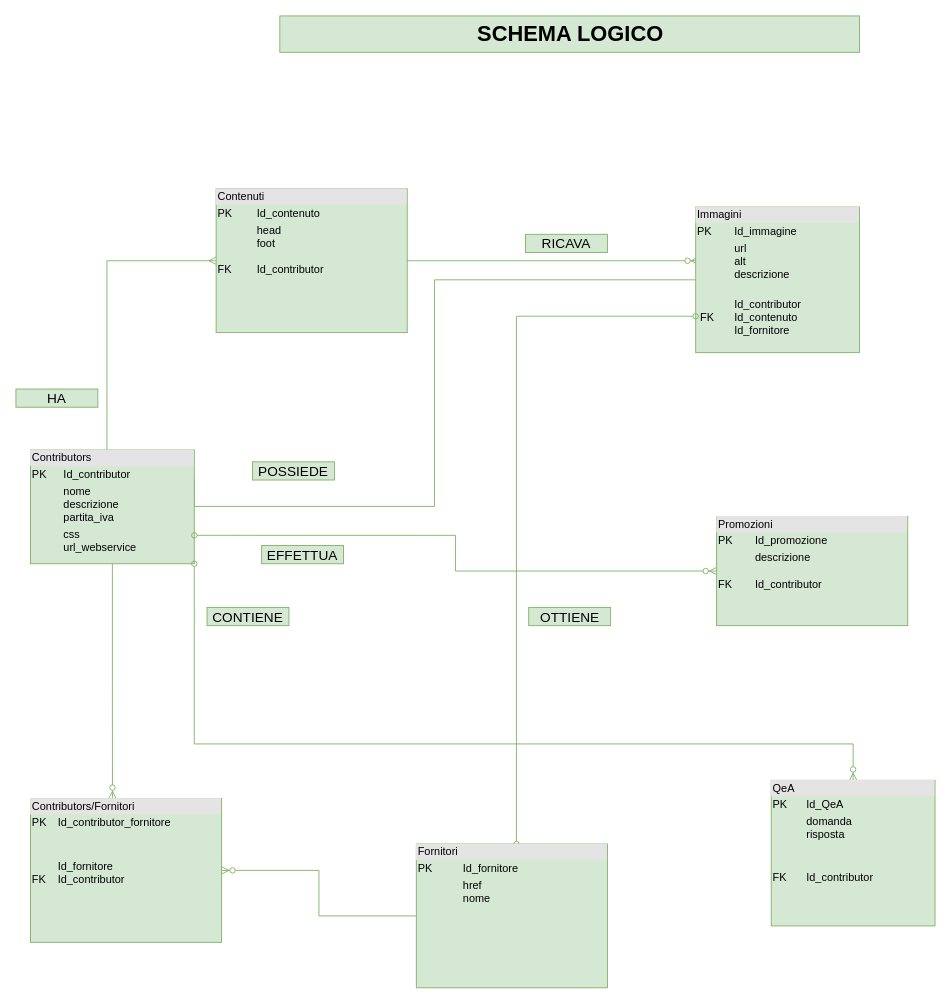
giadaventurini-pixel/giadaventurini-5binf keeps this draw.io diagram as SCHEMA LOGICO NAMASTE.drawio. Above is the earlier version. Source tidied: cells renumbered, new cells numbered last; positions are measured from the earlier drawing's top-left corner, leaving out a move shared by most shapes. Both pictures are drawn from the tidied source at 91%, with x=0, y=0 at pixel (15, 15).
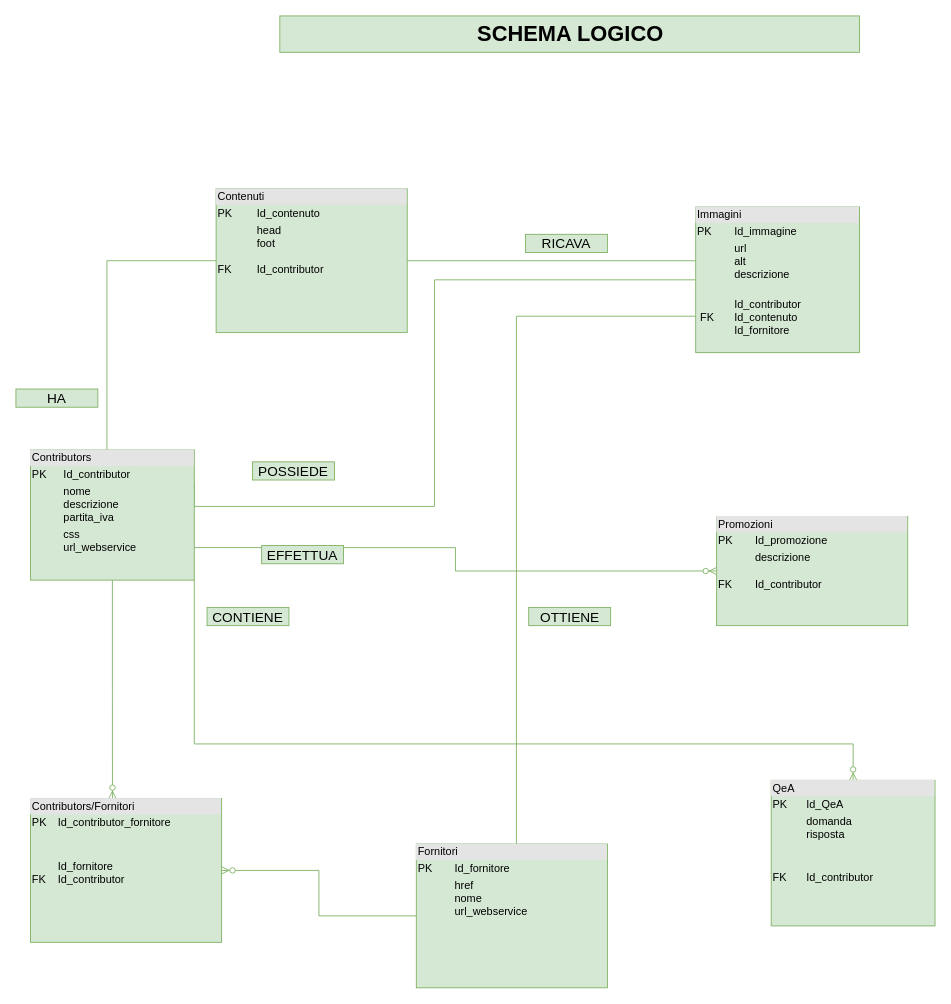
Above is the later version.

Unchanged cells that the change refers to:
```xml
<mxCell id="3" value="&lt;div style=&quot;box-sizing: border-box ; width: 100% ; background: #e4e4e4 ; padding: 2px&quot;&gt;Contenuti&lt;/div&gt;&lt;table style=&quot;width: 100% ; font-size: 1em&quot; cellpadding=&quot;2&quot; cellspacing=&quot;0&quot;&gt;&lt;tbody&gt;&lt;tr&gt;&lt;td&gt;PK&lt;/td&gt;&lt;td&gt;Id_contenuto&lt;br&gt;&lt;/td&gt;&lt;/tr&gt;&lt;tr&gt;&lt;td&gt;&lt;br&gt;&lt;br&gt;&lt;br&gt;FK&lt;br&gt;&lt;br&gt;&lt;br&gt;&lt;br&gt;&lt;br&gt;&lt;br&gt;&lt;br&gt;&lt;br&gt;&lt;br&gt;&lt;/td&gt;&lt;td&gt;head&lt;br&gt;foot&lt;br&gt;&lt;br&gt;Id_contributor&lt;br&gt;&lt;br&gt;&lt;br&gt;&lt;br&gt;&lt;br&gt;&lt;br&gt;&lt;br&gt;&lt;br&gt;&lt;br&gt;&lt;/td&gt;&lt;/tr&gt;&lt;tr&gt;&lt;td&gt;&amp;nbsp;&lt;/td&gt;&lt;td&gt;&lt;br&gt;&lt;/td&gt;&lt;/tr&gt;&lt;/tbody&gt;&lt;/table&gt;" style="verticalAlign=top;align=left;overflow=fill;html=1;fillColor=#d5e8d4;strokeColor=#82b366;" parent="1" vertex="1">
  <mxGeometry x="220" y="190" width="210" height="158" as="geometry" />
</mxCell>
<mxCell id="9" value="&lt;div style=&quot;box-sizing: border-box ; width: 100% ; background: #e4e4e4 ; padding: 2px&quot;&gt;QeA&lt;/div&gt;&lt;table style=&quot;width: 100% ; font-size: 1em&quot; cellpadding=&quot;2&quot; cellspacing=&quot;0&quot;&gt;&lt;tbody&gt;&lt;tr&gt;&lt;td&gt;PK&lt;/td&gt;&lt;td&gt;Id_QeA&lt;br&gt;&lt;/td&gt;&lt;/tr&gt;&lt;tr&gt;&lt;td&gt;&lt;br&gt;&lt;/td&gt;&lt;td&gt;domanda&lt;br&gt;risposta&lt;br&gt;&lt;br&gt;&lt;/td&gt;&lt;/tr&gt;&lt;tr&gt;&lt;td&gt;&amp;nbsp;&lt;br&gt;FK&lt;/td&gt;&lt;td&gt;&lt;br&gt;Id_contributor&lt;br&gt;&lt;/td&gt;&lt;/tr&gt;&lt;/tbody&gt;&lt;/table&gt;" style="verticalAlign=top;align=left;overflow=fill;html=1;fillColor=#d5e8d4;strokeColor=#82b366;" parent="1" vertex="1">
  <mxGeometry x="830" y="840" width="180" height="160" as="geometry" />
</mxCell>
<mxCell id="10" value="&lt;div style=&quot;box-sizing: border-box ; width: 100% ; background: #e4e4e4 ; padding: 2px&quot;&gt;Immagini&lt;/div&gt;&lt;table style=&quot;width: 100% ; font-size: 1em&quot; cellpadding=&quot;2&quot; cellspacing=&quot;0&quot;&gt;&lt;tbody&gt;&lt;tr&gt;&lt;td&gt;PK&lt;/td&gt;&lt;td&gt;Id_immagine&lt;br&gt;&lt;/td&gt;&lt;/tr&gt;&lt;tr&gt;&lt;td&gt;&lt;br&gt;&lt;br&gt;&lt;/td&gt;&lt;td&gt;url&lt;br&gt;alt&lt;br&gt;descrizione&lt;br&gt;&lt;br&gt;&lt;/td&gt;&lt;/tr&gt;&lt;tr&gt;&lt;td&gt;&amp;nbsp;FK&lt;/td&gt;&lt;td&gt;Id_contributor&lt;br&gt;Id_contenuto&lt;br&gt;Id_fornitore&lt;/td&gt;&lt;/tr&gt;&lt;/tbody&gt;&lt;/table&gt;" style="verticalAlign=top;align=left;overflow=fill;html=1;fillColor=#d5e8d4;strokeColor=#82b366;" parent="1" vertex="1">
  <mxGeometry x="747" y="210" width="180" height="160" as="geometry" />
</mxCell>
<mxCell id="13" value="&lt;div style=&quot;box-sizing: border-box ; width: 100% ; background: #e4e4e4 ; padding: 2px&quot;&gt;Promozioni&lt;/div&gt;&lt;table style=&quot;width: 100% ; font-size: 1em&quot; cellpadding=&quot;2&quot; cellspacing=&quot;0&quot;&gt;&lt;tbody&gt;&lt;tr&gt;&lt;td&gt;PK&lt;/td&gt;&lt;td&gt;Id_promozione&lt;br&gt;&lt;/td&gt;&lt;/tr&gt;&lt;tr&gt;&lt;td&gt;&lt;br&gt;&lt;br&gt;FK&lt;br&gt;&lt;br&gt;&lt;br&gt;&lt;br&gt;&lt;br&gt;&lt;br&gt;&lt;br&gt;&lt;br&gt;&lt;br&gt;&lt;/td&gt;&lt;td&gt;descrizione&lt;br&gt;&lt;br&gt;Id_contributor&lt;br&gt;&lt;br&gt;&lt;br&gt;&lt;br&gt;&lt;br&gt;&lt;br&gt;&lt;br&gt;&lt;br&gt;&lt;br&gt;&lt;/td&gt;&lt;/tr&gt;&lt;tr&gt;&lt;td&gt;&amp;nbsp;&lt;/td&gt;&lt;td&gt;&lt;br&gt;&lt;/td&gt;&lt;/tr&gt;&lt;/tbody&gt;&lt;/table&gt;" style="verticalAlign=top;align=left;overflow=fill;html=1;fillColor=#d5e8d4;strokeColor=#82b366;" parent="1" vertex="1">
  <mxGeometry x="770" y="550" width="210" height="120" as="geometry" />
</mxCell>
```

The edit, as a diff of the source:
```diff
@@
-    <mxCell id="2" style="edgeStyle=orthogonalEdgeStyle;rounded=0;jettySize=auto;html=1;entryX=0.017;entryY=0.369;entryDx=0;entryDy=0;entryPerimeter=0;startArrow=none;startFill=0;endArrow=ERzeroToMany;endFill=1;fillColor=#d5e8d4;strokeColor=#82b366;" parent="1" edge="1" source="3" target="10">
+    <mxCell id="2" style="edgeStyle=orthogonalEdgeStyle;rounded=0;jettySize=auto;html=1;entryX=0.017;entryY=0.369;entryDx=0;entryDy=0;entryPerimeter=0;startArrow=none;startFill=0;endArrow=none;endFill=0;fillColor=#d5e8d4;strokeColor=#82b366;" parent="1" edge="1" source="3" target="10">
       <mxGeometry relative="1" as="geometry" />
     </mxCell>
@@
-    <mxCell id="4" style="edgeStyle=orthogonalEdgeStyle;rounded=0;jettySize=auto;html=1;entryX=0;entryY=0.5;entryDx=0;entryDy=0;endArrow=ERmany;endFill=0;fillColor=#d5e8d4;strokeColor=#82b366;" parent="1" edge="1" source="7" target="3">
+    <mxCell id="4" style="edgeStyle=orthogonalEdgeStyle;rounded=0;jettySize=auto;html=1;entryX=0;entryY=0.5;entryDx=0;entryDy=0;endArrow=none;endFill=0;fillColor=#d5e8d4;strokeColor=#82b366;" parent="1" edge="1" source="7" target="3">
       <mxGeometry relative="1" as="geometry">
         <Array as="points">
           <mxPoint x="100" y="269" />
         </Array>
       </mxGeometry>
     </mxCell>
@@
-    <mxCell id="7" value="&lt;div style=&quot;box-sizing: border-box ; width: 100% ; background: #e4e4e4 ; padding: 2px&quot;&gt;Contributors&lt;/div&gt;&lt;table style=&quot;width: 100% ; font-size: 1em&quot; cellpadding=&quot;2&quot; cellspacing=&quot;0&quot;&gt;&lt;tbody&gt;&lt;tr&gt;&lt;td&gt;PK&lt;/td&gt;&lt;td&gt;Id_contributor&lt;br&gt;&lt;/td&gt;&lt;/tr&gt;&lt;tr&gt;&lt;td&gt;&lt;br&gt;&lt;br&gt;&lt;br&gt;&lt;/td&gt;&lt;td&gt;nome&lt;br&gt;descrizione&lt;br&gt;partita_iva&lt;/td&gt;&lt;/tr&gt;&lt;tr&gt;&lt;td&gt;&amp;nbsp;&lt;/td&gt;&lt;td&gt;css&lt;br&gt;url_webservice&lt;br&gt;&lt;br&gt;&lt;br&gt;&lt;br&gt;&lt;br&gt;&lt;br&gt;&lt;/td&gt;&lt;/tr&gt;&lt;/tbody&gt;&lt;/table&gt;" style="verticalAlign=top;align=left;overflow=fill;html=1;fillColor=#d5e8d4;strokeColor=#82b366;" parent="1" vertex="1">
-      <mxGeometry x="16" y="477" width="180" height="125" as="geometry" />
+    <mxCell id="7" value="&lt;div style=&quot;box-sizing: border-box ; width: 100% ; background: #e4e4e4 ; padding: 2px&quot;&gt;Contributors&lt;/div&gt;&lt;table style=&quot;width: 100% ; font-size: 1em&quot; cellpadding=&quot;2&quot; cellspacing=&quot;0&quot;&gt;&lt;tbody&gt;&lt;tr&gt;&lt;td&gt;PK&lt;/td&gt;&lt;td&gt;Id_contributor&lt;br&gt;&lt;/td&gt;&lt;/tr&gt;&lt;tr&gt;&lt;td&gt;&lt;br&gt;&lt;br&gt;&lt;br&gt;&lt;/td&gt;&lt;td&gt;nome&lt;br&gt;descrizione&lt;br&gt;partita_iva&lt;/td&gt;&lt;/tr&gt;&lt;tr&gt;&lt;td&gt;&amp;nbsp;&lt;/td&gt;&lt;td&gt;css&lt;br&gt;url_webservice&lt;br&gt;&lt;br&gt;&lt;br&gt;&lt;br&gt;&lt;br&gt;&lt;br&gt;&lt;br&gt;&lt;/td&gt;&lt;/tr&gt;&lt;/tbody&gt;&lt;/table&gt;" style="verticalAlign=top;align=left;overflow=fill;html=1;fillColor=#d5e8d4;strokeColor=#82b366;" parent="1" vertex="1">
+      <mxGeometry x="16" y="477" width="180" height="143" as="geometry" />
     </mxCell>
-    <mxCell id="8" style="edgeStyle=orthogonalEdgeStyle;rounded=0;jettySize=auto;html=1;entryX=1;entryY=1;entryDx=0;entryDy=0;startArrow=ERzeroToMany;startFill=1;endArrow=oval;endFill=0;fillColor=#d5e8d4;strokeColor=#82b366;" parent="1" edge="1" source="9" target="7">
+    <mxCell id="8" style="edgeStyle=orthogonalEdgeStyle;rounded=0;jettySize=auto;html=1;entryX=1;entryY=1;entryDx=0;entryDy=0;startArrow=ERzeroToMany;startFill=1;endArrow=none;endFill=0;fillColor=#d5e8d4;strokeColor=#82b366;" parent="1" edge="1" source="9" target="7">
       <mxGeometry relative="1" as="geometry">
         <Array as="points">
           <mxPoint x="920" y="800" />
           <mxPoint x="196" y="800" />
         </Array>
       </mxGeometry>
     </mxCell>
@@
-    <mxCell id="12" style="edgeStyle=orthogonalEdgeStyle;rounded=0;jettySize=auto;html=1;entryX=1;entryY=0.75;entryDx=0;entryDy=0;endArrow=oval;endFill=0;startArrow=ERzeroToMany;startFill=1;fillColor=#d5e8d4;strokeColor=#82b366;" parent="1" edge="1" source="13" target="7">
+    <mxCell id="12" style="edgeStyle=orthogonalEdgeStyle;rounded=0;jettySize=auto;html=1;entryX=1;entryY=0.75;entryDx=0;entryDy=0;endArrow=none;endFill=0;startArrow=ERzeroToMany;startFill=1;fillColor=#d5e8d4;strokeColor=#82b366;" parent="1" edge="1" source="13" target="7">
       <mxGeometry relative="1" as="geometry" />
     </mxCell>
@@
-    <mxCell id="15" style="edgeStyle=orthogonalEdgeStyle;rounded=0;jettySize=auto;html=1;endArrow=oval;endFill=0;fillColor=#d5e8d4;strokeColor=#82b366;startArrow=oval;startFill=0;" parent="1" edge="1" source="16" target="10">
+    <mxCell id="15" style="edgeStyle=orthogonalEdgeStyle;rounded=0;jettySize=auto;html=1;endArrow=none;endFill=0;fillColor=#d5e8d4;strokeColor=#82b366;startArrow=none;startFill=0;" parent="1" edge="1" source="16" target="10">
       <mxGeometry relative="1" as="geometry">
         <Array as="points">
           <mxPoint x="550" y="330" />
         </Array>
       </mxGeometry>
     </mxCell>
-    <mxCell id="16" value="&lt;div style=&quot;box-sizing: border-box ; width: 100% ; background: #e4e4e4 ; padding: 2px&quot;&gt;Fornitori&lt;/div&gt;&lt;table style=&quot;width: 100% ; font-size: 1em&quot; cellpadding=&quot;2&quot; cellspacing=&quot;0&quot;&gt;&lt;tbody&gt;&lt;tr&gt;&lt;td&gt;PK&lt;/td&gt;&lt;td&gt;Id_fornitore&lt;br&gt;&lt;/td&gt;&lt;/tr&gt;&lt;tr&gt;&lt;td&gt;&lt;br&gt;&lt;br&gt;&lt;br&gt;&lt;br&gt;&lt;br&gt;&lt;br&gt;&lt;br&gt;&lt;br&gt;&lt;br&gt;&lt;br&gt;&lt;br&gt;&lt;br&gt;&lt;/td&gt;&lt;td&gt;href&lt;br&gt;nome&lt;br&gt;&lt;br&gt;&lt;br&gt;&lt;br&gt;&lt;br&gt;&lt;br&gt;&lt;br&gt;&lt;br&gt;&lt;br&gt;&lt;br&gt;&lt;br&gt;&lt;/td&gt;&lt;/tr&gt;&lt;tr&gt;&lt;td&gt;&amp;nbsp;&lt;/td&gt;&lt;td&gt;&lt;br&gt;&lt;/td&gt;&lt;/tr&gt;&lt;/tbody&gt;&lt;/table&gt;" style="verticalAlign=top;align=left;overflow=fill;html=1;fillColor=#d5e8d4;strokeColor=#82b366;" parent="1" vertex="1">
+    <mxCell id="16" value="&lt;div style=&quot;box-sizing: border-box ; width: 100% ; background: #e4e4e4 ; padding: 2px&quot;&gt;Fornitori&lt;/div&gt;&lt;table style=&quot;width: 100% ; font-size: 1em&quot; cellpadding=&quot;2&quot; cellspacing=&quot;0&quot;&gt;&lt;tbody&gt;&lt;tr&gt;&lt;td&gt;PK&lt;/td&gt;&lt;td&gt;Id_fornitore&lt;br&gt;&lt;/td&gt;&lt;/tr&gt;&lt;tr&gt;&lt;td&gt;&lt;br&gt;&lt;br&gt;&lt;br&gt;&lt;br&gt;&lt;br&gt;&lt;br&gt;&lt;br&gt;&lt;br&gt;&lt;br&gt;&lt;br&gt;&lt;br&gt;&lt;br&gt;&lt;/td&gt;&lt;td&gt;href&lt;br&gt;nome&lt;br&gt;url_webservice&lt;br&gt;&lt;br&gt;&lt;br&gt;&lt;br&gt;&lt;br&gt;&lt;br&gt;&lt;br&gt;&lt;br&gt;&lt;br&gt;&lt;br&gt;&lt;/td&gt;&lt;/tr&gt;&lt;tr&gt;&lt;td&gt;&amp;nbsp;&lt;/td&gt;&lt;td&gt;&lt;br&gt;&lt;/td&gt;&lt;/tr&gt;&lt;/tbody&gt;&lt;/table&gt;" style="verticalAlign=top;align=left;overflow=fill;html=1;fillColor=#d5e8d4;strokeColor=#82b366;" parent="1" vertex="1">
       <mxGeometry x="440" y="910" width="210" height="158" as="geometry" />
     </mxCell>
```
